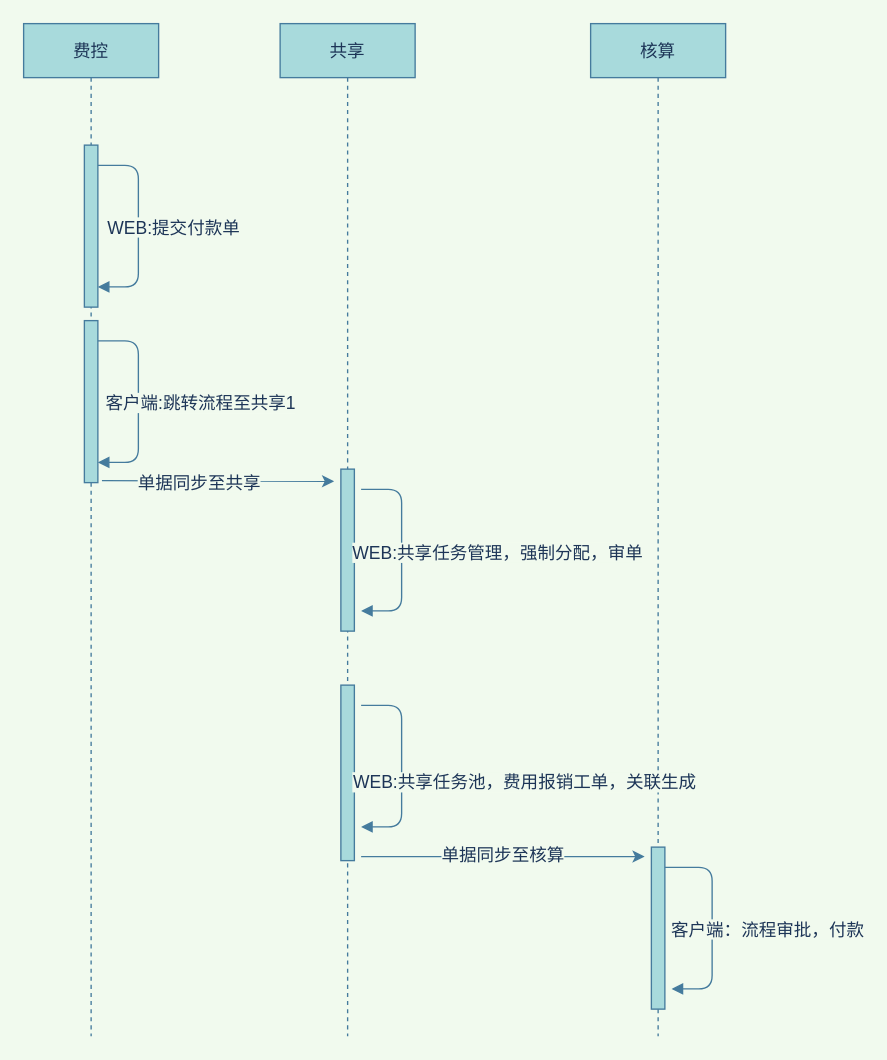
Alphathur/diagram keeps this draw.io diagram as rpa-auto-test1.drawio. Above is the earlier version. Source tidied: cells renumbered, new cells numbered last; positions are measured from the earlier drawing's top-left corner, leaving out a move shared by most shapes. Both pictures are drawn from the tidied source at 135%, with x=0, y=0 at pixel (23, 23).
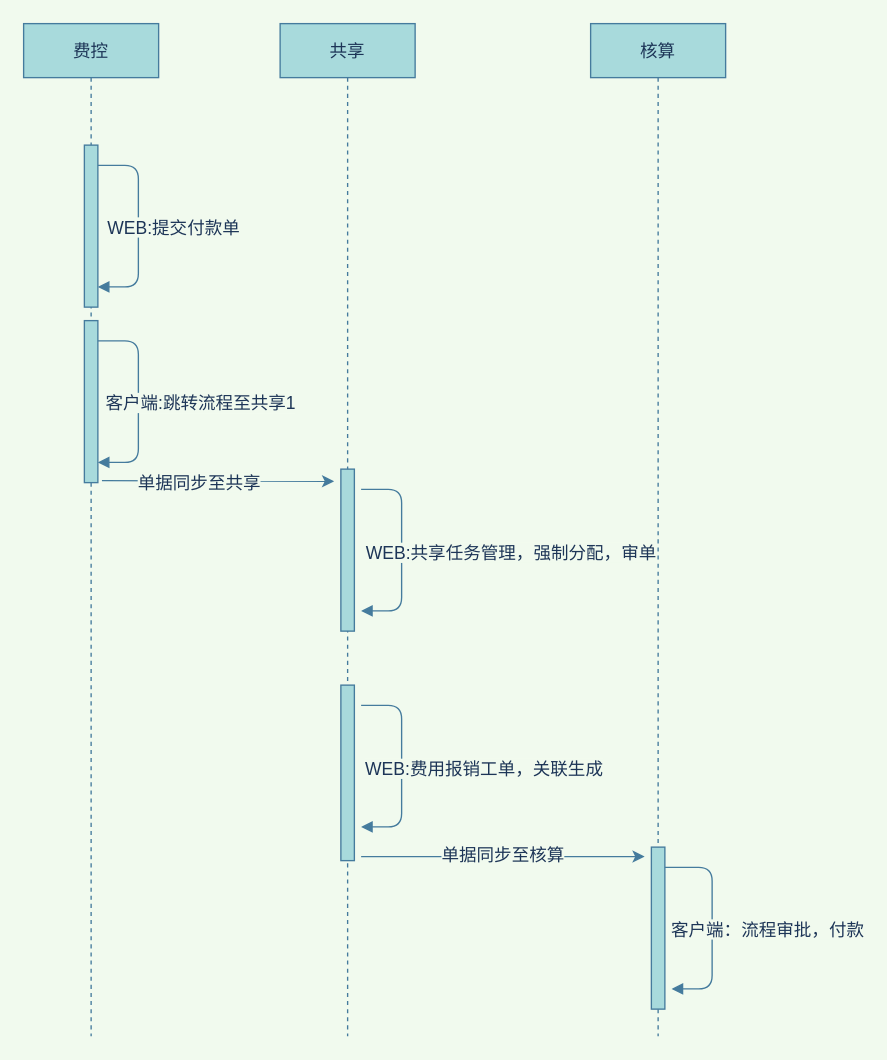
The same page after the edit.

Unchanged cells that the change refers to:
```xml
<mxCell id="19" style="html=1;verticalAlign=bottom;labelBackgroundColor=none;endArrow=block;endFill=1;fontSize=13;strokeColor=#457B9D;fontColor=#1D3557;" parent="1" edge="1">
  <mxGeometry relative="1" as="geometry">
    <mxPoint x="250" y="505" as="sourcePoint" />
    <mxPoint x="250" y="595" as="targetPoint" />
    <Array as="points">
      <mxPoint x="280" y="505" />
      <mxPoint x="280" y="555" />
      <mxPoint x="280" y="595" />
    </Array>
  </mxGeometry>
</mxCell>
```

What changed in the source:
```diff
@@
     <mxCell id="20" value="WEB:共享任务管理，强制分配，审单" style="edgeLabel;html=1;align=center;verticalAlign=middle;fontSize=13;fontColor=#1D3557;labelBackgroundColor=#F1FAEE;" parent="19" vertex="1">
       <mxGeometry x="-0.06" y="-1" relative="1" as="geometry">
-        <mxPoint x="71" y="-155" as="offset" />
+        <mxPoint x="81" y="-155" as="offset" />
       </mxGeometry>
     </mxCell>
-    <mxCell id="21" value="WEB:共享任务池，费用报销工单，关联生成" style="edgeLabel;html=1;align=center;verticalAlign=middle;fontSize=13;fontColor=#1D3557;labelBackgroundColor=#F1FAEE;" parent="19" vertex="1">
+    <mxCell id="21" value="WEB:费用报销工单，关联生成" style="edgeLabel;html=1;align=center;verticalAlign=middle;fontSize=13;fontColor=#1D3557;labelBackgroundColor=#F1FAEE;" parent="19" vertex="1">
       <mxGeometry x="-0.06" y="-4" relative="1" as="geometry">
-        <mxPoint x="94" y="15" as="offset" />
+        <mxPoint x="64" y="5" as="offset" />
       </mxGeometry>
     </mxCell>
```
